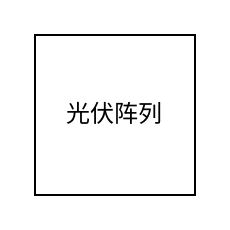
kiwiyan/3D keeps this draw.io diagram as 未命名绘图.drawio. Above is the earlier version. Source tidied: cells renumbered, new cells numbered last; positions are measured from the earlier drawing's top-left corner, leaving out a move shared by most shapes. Both pictures are drawn from the tidied source at 200%, with x=0, y=0 at pixel (34, 34).
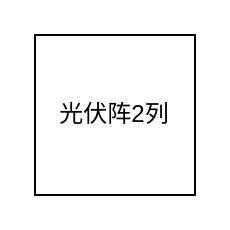
Above is the later version.

The edit, as a diff of the source:
```diff
@@
 <mxGraphModel>
   <root>
     <mxCell id="0" />
     <mxCell id="1" parent="0" />
-    <mxCell id="2" value="光伏阵列" style="whiteSpace=wrap;html=1;" parent="1" vertex="1">
+    <mxCell id="2" value="光伏阵2列" style="whiteSpace=wrap;html=1;" parent="1" vertex="1">
       <mxGeometry width="80" height="80" as="geometry" />
     </mxCell>
   </root>
 </mxGraphModel>
```
